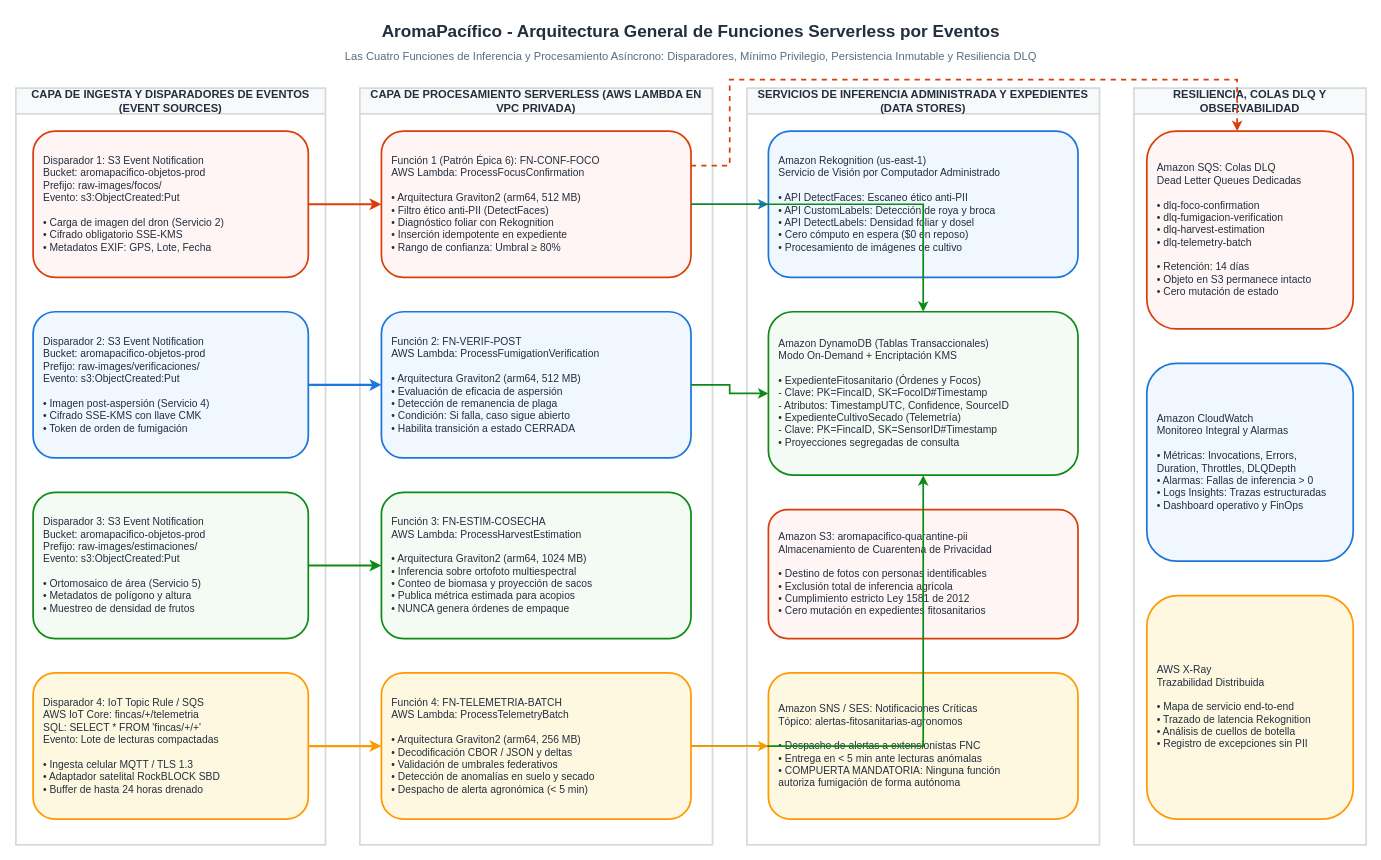
aromapacifico-platform/planning keeps this draw.io diagram as docs/architecture/diagrams/carga-e-funciones-arquitectura.drawio. Above is the earlier version. Source tidied: cells renumbered, new cells numbered last; positions are measured from the earlier drawing's top-left corner, leaving out a move shared by most shapes. Both pictures are drawn from the tidied source at 86%, with x=0, y=0 at pixel (15, 15).
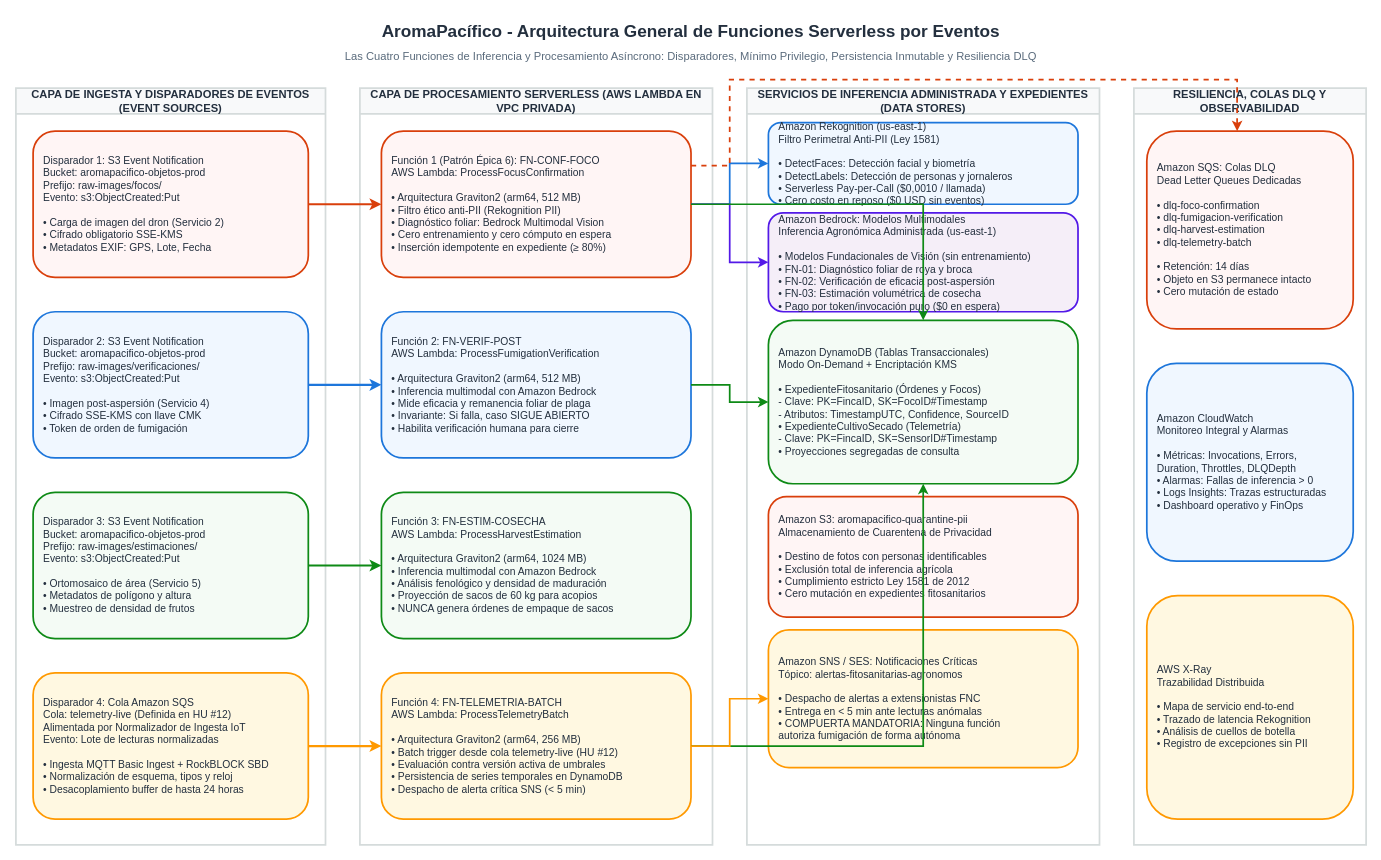
Above is the later version.

Commit message (it also covers changes not shown here):
feat(diagrams): update serverless functions to bedrock and sqs

Unchanged cells that the change refers to:
```xml
<mxCell id="4" value="CAPA DE INGESTA Y DISPARADORES DE EVENTOS (EVENT SOURCES)" style="swimlane;whiteSpace=wrap;html=1;fillColor=#F8F9FA;strokeColor=#D5DBDB;strokeWidth=2;fontSize=13;fontStyle=1;fontColor=#232F3E;startSize=30;" parent="1" vertex="1">
  <mxGeometry y="85" width="360" height="880" as="geometry" />
</mxCell>
<mxCell id="9" value="CAPA DE PROCESAMIENTO SERVERLESS (AWS LAMBDA EN VPC PRIVADA)" style="swimlane;whiteSpace=wrap;html=1;fillColor=#F8F9FA;strokeColor=#D5DBDB;strokeWidth=2;fontSize=13;fontStyle=1;fontColor=#232F3E;startSize=30;" parent="1" vertex="1">
  <mxGeometry x="400" y="85" width="410" height="880" as="geometry" />
</mxCell>
<mxCell id="14" value="SERVICIOS DE INFERENCIA ADMINISTRADA Y EXPEDIENTES (DATA STORES)" style="swimlane;whiteSpace=wrap;html=1;fillColor=#F8F9FA;strokeColor=#D5DBDB;strokeWidth=2;fontSize=13;fontStyle=1;fontColor=#232F3E;startSize=30;" parent="1" vertex="1">
  <mxGeometry x="850" y="85" width="410" height="880" as="geometry" />
</mxCell>
```

What changed in the source:
```diff
@@
-    <mxCell id="8" value="Disparador 4: IoT Topic Rule / SQS&#10;AWS IoT Core: fincas/+/telemetria&#10;SQL: SELECT * FROM 'fincas/+/+'&#10;Evento: Lote de lecturas compactadas&#10;&#10;• Ingesta celular MQTT / TLS 1.3&#10;• Adaptador satelital RockBLOCK SBD&#10;• Buffer de hasta 24 horas drenado" style="rounded=1;whiteSpace=wrap;html=1;fillColor=#FFF8E1;strokeColor=#FF9900;strokeWidth=2;fontSize=12;fontColor=#232F3E;align=left;spacingLeft=10;" parent="4" vertex="1">
+    <mxCell id="8" value="Disparador 4: Cola Amazon SQS&#10;Cola: telemetry-live (Definida en HU #12)&#10;Alimentada por Normalizador de Ingesta IoT&#10;Evento: Lote de lecturas normalizadas&#10;&#10;• Ingesta MQTT Basic Ingest + RockBLOCK SBD&#10;• Normalización de esquema, tipos y reloj&#10;• Desacoplamiento buffer de hasta 24 horas" style="rounded=1;whiteSpace=wrap;html=1;fillColor=#FFF8E1;strokeColor=#FF9900;strokeWidth=2;fontSize=12;fontColor=#232F3E;align=left;spacingLeft=10;" parent="4" vertex="1">
       <mxGeometry x="20" y="680" width="320" height="170" as="geometry" />
     </mxCell>
@@
-    <mxCell id="10" value="Función 1 (Patrón Épica 6): FN-CONF-FOCO&#10;AWS Lambda: ProcessFocusConfirmation&#10;&#10;• Arquitectura Graviton2 (arm64, 512 MB)&#10;• Filtro ético anti-PII (DetectFaces)&#10;• Diagnóstico foliar con Rekognition&#10;• Inserción idempotente en expediente&#10;• Rango de confianza: Umbral ≥ 80%" style="rounded=1;whiteSpace=wrap;html=1;fillColor=#FFF5F5;strokeColor=#D93F0B;strokeWidth=2;fontSize=12;fontColor=#232F3E;align=left;spacingLeft=10;" parent="9" vertex="1">
+    <mxCell id="10" value="Función 1 (Patrón Épica 6): FN-CONF-FOCO&#10;AWS Lambda: ProcessFocusConfirmation&#10;&#10;• Arquitectura Graviton2 (arm64, 512 MB)&#10;• Filtro ético anti-PII (Rekognition PII)&#10;• Diagnóstico foliar: Bedrock Multimodal Vision&#10;• Cero entrenamiento y cero cómputo en espera&#10;• Inserción idempotente en expediente (≥ 80%)" style="rounded=1;whiteSpace=wrap;html=1;fillColor=#FFF5F5;strokeColor=#D93F0B;strokeWidth=2;fontSize=12;fontColor=#232F3E;align=left;spacingLeft=10;" parent="9" vertex="1">
       <mxGeometry x="25" y="50" width="360" height="170" as="geometry" />
     </mxCell>
-    <mxCell id="11" value="Función 2: FN-VERIF-POST&#10;AWS Lambda: ProcessFumigationVerification&#10;&#10;• Arquitectura Graviton2 (arm64, 512 MB)&#10;• Evaluación de eficacia de aspersión&#10;• Detección de remanencia de plaga&#10;• Condición: Si falla, caso sigue abierto&#10;• Habilita transición a estado CERRADA" style="rounded=1;whiteSpace=wrap;html=1;fillColor=#F0F7FF;strokeColor=#1D76DB;strokeWidth=2;fontSize=12;fontColor=#232F3E;align=left;spacingLeft=10;" parent="9" vertex="1">
+    <mxCell id="11" value="Función 2: FN-VERIF-POST&#10;AWS Lambda: ProcessFumigationVerification&#10;&#10;• Arquitectura Graviton2 (arm64, 512 MB)&#10;• Inferencia multimodal con Amazon Bedrock&#10;• Mide eficacia y remanencia foliar de plaga&#10;• Invariante: Si falla, caso SIGUE ABIERTO&#10;• Habilita verificación humana para cierre" style="rounded=1;whiteSpace=wrap;html=1;fillColor=#F0F7FF;strokeColor=#1D76DB;strokeWidth=2;fontSize=12;fontColor=#232F3E;align=left;spacingLeft=10;" parent="9" vertex="1">
       <mxGeometry x="25" y="260" width="360" height="170" as="geometry" />
     </mxCell>
-    <mxCell id="12" value="Función 3: FN-ESTIM-COSECHA&#10;AWS Lambda: ProcessHarvestEstimation&#10;&#10;• Arquitectura Graviton2 (arm64, 1024 MB)&#10;• Inferencia sobre ortofoto multiespectral&#10;• Conteo de biomasa y proyección de sacos&#10;• Publica métrica estimada para acopios&#10;• NUNCA genera órdenes de empaque" style="rounded=1;whiteSpace=wrap;html=1;fillColor=#F4FBF5;strokeColor=#0E8A16;strokeWidth=2;fontSize=12;fontColor=#232F3E;align=left;spacingLeft=10;" parent="9" vertex="1">
+    <mxCell id="12" value="Función 3: FN-ESTIM-COSECHA&#10;AWS Lambda: ProcessHarvestEstimation&#10;&#10;• Arquitectura Graviton2 (arm64, 1024 MB)&#10;• Inferencia multimodal con Amazon Bedrock&#10;• Análisis fenológico y densidad de maduración&#10;• Proyección de sacos de 60 kg para acopios&#10;• NUNCA genera órdenes de empaque de sacos" style="rounded=1;whiteSpace=wrap;html=1;fillColor=#F4FBF5;strokeColor=#0E8A16;strokeWidth=2;fontSize=12;fontColor=#232F3E;align=left;spacingLeft=10;" parent="9" vertex="1">
       <mxGeometry x="25" y="470" width="360" height="170" as="geometry" />
     </mxCell>
-    <mxCell id="13" value="Función 4: FN-TELEMETRIA-BATCH&#10;AWS Lambda: ProcessTelemetryBatch&#10;&#10;• Arquitectura Graviton2 (arm64, 256 MB)&#10;• Decodificación CBOR / JSON y deltas&#10;• Validación de umbrales federativos&#10;• Detección de anomalías en suelo y secado&#10;• Despacho de alerta agronómica (&lt; 5 min)" style="rounded=1;whiteSpace=wrap;html=1;fillColor=#FFF8E1;strokeColor=#FF9900;strokeWidth=2;fontSize=12;fontColor=#232F3E;align=left;spacingLeft=10;" parent="9" vertex="1">
+    <mxCell id="13" value="Función 4: FN-TELEMETRIA-BATCH&#10;AWS Lambda: ProcessTelemetryBatch&#10;&#10;• Arquitectura Graviton2 (arm64, 256 MB)&#10;• Batch trigger desde cola telemetry-live (HU #12)&#10;• Evaluación contra versión activa de umbrales&#10;• Persistencia de series temporales en DynamoDB&#10;• Despacho de alerta crítica SNS (&lt; 5 min)" style="rounded=1;whiteSpace=wrap;html=1;fillColor=#FFF8E1;strokeColor=#FF9900;strokeWidth=2;fontSize=12;fontColor=#232F3E;align=left;spacingLeft=10;" parent="9" vertex="1">
       <mxGeometry x="25" y="680" width="360" height="170" as="geometry" />
     </mxCell>
@@
-    <mxCell id="15" value="Amazon Rekognition (us-east-1)&#10;Servicio de Visión por Computador Administrado&#10;&#10;• API DetectFaces: Escaneo ético anti-PII&#10;• API CustomLabels: Detección de roya y broca&#10;• API DetectLabels: Densidad foliar y dosel&#10;• Cero cómputo en espera ($0 en reposo)&#10;• Procesamiento de imágenes de cultivo" style="rounded=1;whiteSpace=wrap;html=1;fillColor=#F0F7FF;strokeColor=#1D76DB;strokeWidth=2;fontSize=12;fontColor=#232F3E;align=left;spacingLeft=10;" parent="14" vertex="1">
-      <mxGeometry x="25" y="50" width="360" height="170" as="geometry" />
+    <mxCell id="15" value="Amazon Rekognition (us-east-1)&#10;Filtro Perimetral Anti-PII (Ley 1581)&#10;&#10;• DetectFaces: Detección facial y biometría&#10;• DetectLabels: Detección de personas y jornaleros&#10;• Serverless Pay-per-Call ($0,0010 / llamada)&#10;• Cero costo en reposo ($0 USD sin eventos)" style="rounded=1;whiteSpace=wrap;html=1;fillColor=#F0F7FF;strokeColor=#1D76DB;strokeWidth=2;fontSize=12;fontColor=#232F3E;align=left;spacingLeft=10;" parent="14" vertex="1">
+      <mxGeometry x="25" y="40" width="360" height="95" as="geometry" />
     </mxCell>
+    <mxCell id="33" value="Amazon Bedrock: Modelos Multimodales&#10;Inferencia Agronómica Administrada (us-east-1)&#10;&#10;• Modelos Fundacionales de Visión (sin entrenamiento)&#10;• FN-01: Diagnóstico foliar de roya y broca&#10;• FN-02: Verificación de eficacia post-aspersión&#10;• FN-03: Estimación volumétrica de cosecha&#10;• Pago por token/invocación puro ($0 en espera)" style="rounded=1;whiteSpace=wrap;html=1;fillColor=#F5EEF8;strokeColor=#5319E7;strokeWidth=2;fontSize=12;fontColor=#232F3E;align=left;spacingLeft=10;" parent="14" vertex="1">
+      <mxGeometry x="25" y="145" width="360" height="115" as="geometry" />
+    </mxCell>
     <mxCell id="16" value="Amazon DynamoDB (Tablas Transaccionales)&#10;Modo On-Demand + Encriptación KMS&#10;&#10;• ExpedienteFitosanitario (Órdenes y Focos)&#10;  - Clave: PK=FincaID, SK=FocoID#Timestamp&#10;  - Atributos: TimestampUTC, Confidence, SourceID&#10;• ExpedienteCultivoSecado (Telemetría)&#10;  - Clave: PK=FincaID, SK=SensorID#Timestamp&#10;• Proyecciones segregadas de consulta" style="rounded=1;whiteSpace=wrap;html=1;fillColor=#F4FBF5;strokeColor=#0E8A16;strokeWidth=2;fontSize=12;fontColor=#232F3E;align=left;spacingLeft=10;" parent="14" vertex="1">
-      <mxGeometry x="25" y="260" width="360" height="190" as="geometry" />
+      <mxGeometry x="25" y="270" width="360" height="190" as="geometry" />
     </mxCell>
     <mxCell id="17" value="Amazon S3: aromapacifico-quarantine-pii&#10;Almacenamiento de Cuarentena de Privacidad&#10;&#10;• Destino de fotos con personas identificables&#10;• Exclusión total de inferencia agrícola&#10;• Cumplimiento estricto Ley 1581 de 2012&#10;• Cero mutación en expedientes fitosanitarios" style="rounded=1;whiteSpace=wrap;html=1;fillColor=#FFF5F5;strokeColor=#D93F0B;strokeWidth=2;fontSize=12;fontColor=#232F3E;align=left;spacingLeft=10;" parent="14" vertex="1">
-      <mxGeometry x="25" y="490" width="360" height="150" as="geometry" />
+      <mxGeometry x="25" y="475" width="360" height="140" as="geometry" />
     </mxCell>
     <mxCell id="18" value="Amazon SNS / SES: Notificaciones Críticas&#10;Tópico: alertas-fitosanitarias-agronomos&#10;&#10;• Despacho de alertas a extensionistas FNC&#10;• Entrega en &lt; 5 min ante lecturas anómalas&#10;• COMPUERTA MANDATORIA: Ninguna función&#10;  autoriza fumigación de forma autónoma" style="rounded=1;whiteSpace=wrap;html=1;fillColor=#FFF8E1;strokeColor=#FF9900;strokeWidth=2;fontSize=12;fontColor=#232F3E;align=left;spacingLeft=10;" parent="14" vertex="1">
-      <mxGeometry x="25" y="680" width="360" height="170" as="geometry" />
+      <mxGeometry x="25" y="630" width="360" height="160" as="geometry" />
     </mxCell>
@@
+    <mxCell id="34" style="edgeStyle=orthogonalEdgeStyle;rounded=0;jettySize=auto;html=1;strokeColor=#5319E7;strokeWidth=2;" parent="1" edge="1" source="10" target="33">
+      <mxGeometry relative="1" as="geometry" />
+    </mxCell>
```
